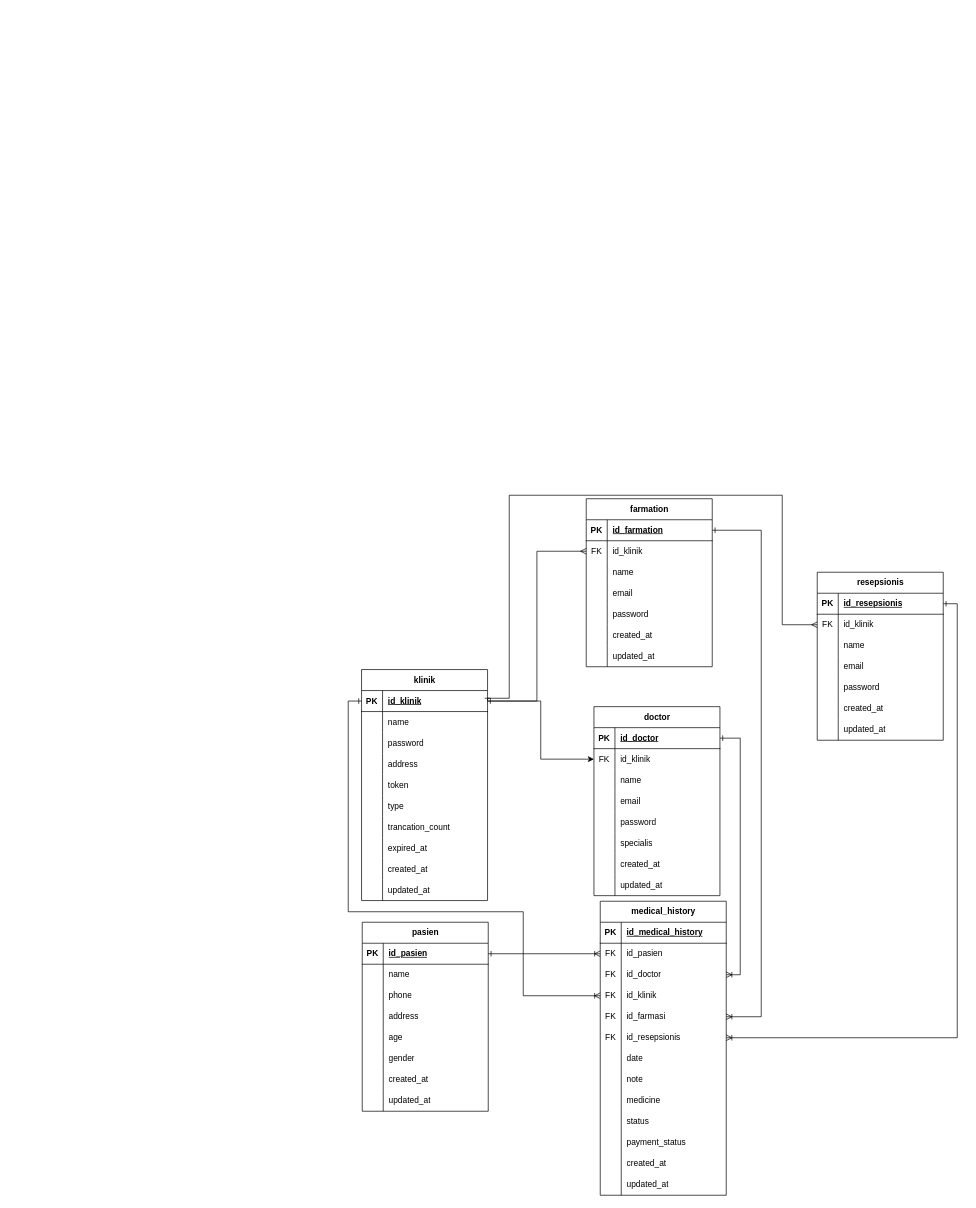
Above: erd_klinik.drawio in rrahmatn/dfd_erd_uml (draw.io), before the change. Source tidied: cells renumbered, new cells numbered last; positions are measured from the earlier drawing's top-left corner, leaving out a move shared by most shapes. Both pictures are drawn from the tidied source at 70%, with x=0, y=0 at pixel (348, 495).
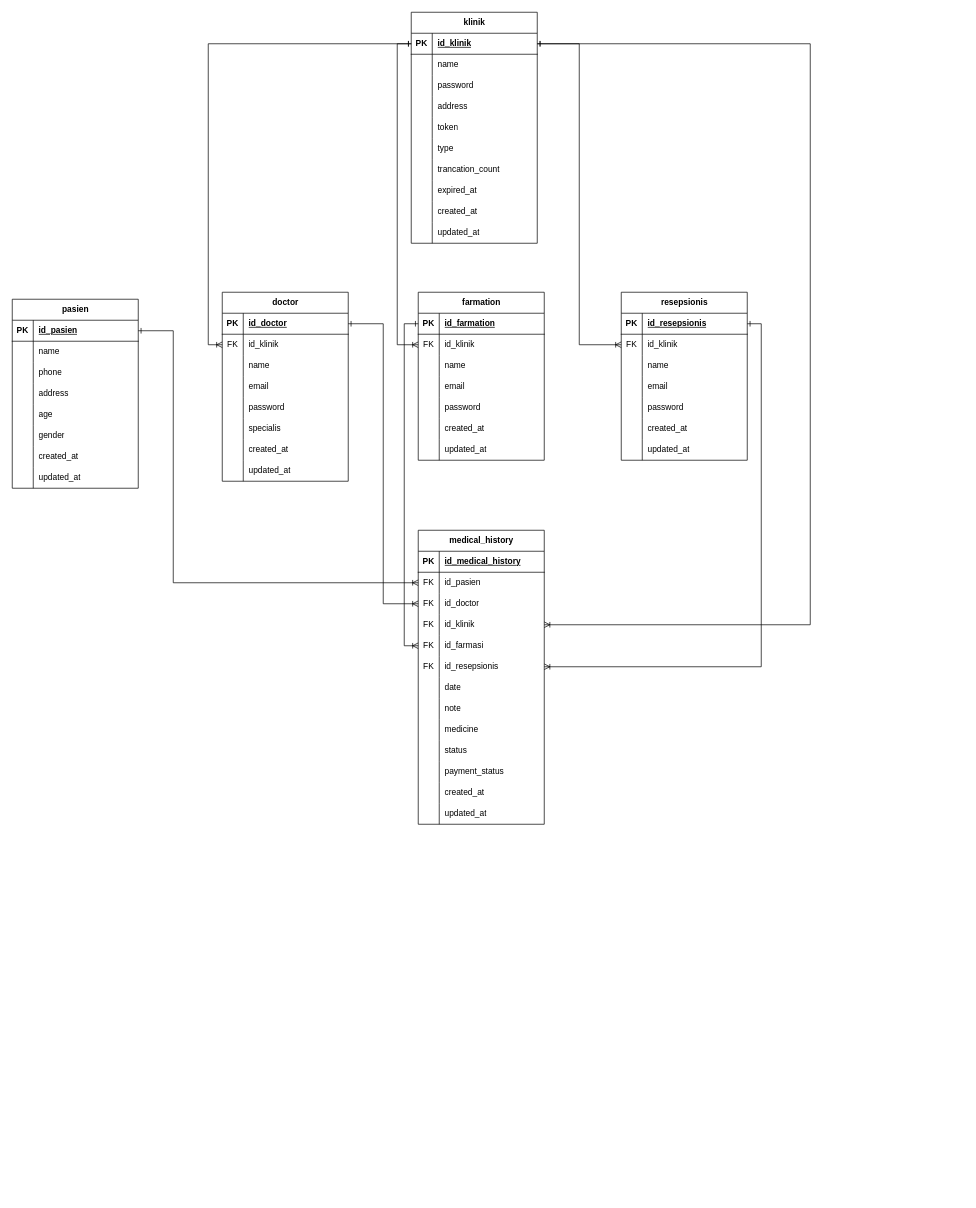
Above is the later version.

The change refers to these unchanged cells:
```xml
<mxCell id="3" style="shape=tableRow;horizontal=0;startSize=0;swimlaneHead=0;swimlaneBody=0;fillColor=none;points=[[0,0.5],[1,0.5]];portConstraint=eastwest;top=0;left=0;right=0;bottom=1;" parent="2" vertex="1">
  <mxGeometry y="30" width="180" height="30" as="geometry" />
</mxCell>
<mxCell id="34" style="shape=tableRow;horizontal=0;startSize=0;swimlaneHead=0;swimlaneBody=0;fillColor=none;points=[[0,0.5],[1,0.5]];portConstraint=eastwest;top=0;left=0;right=0;bottom=1;" parent="33" vertex="1">
  <mxGeometry y="30" width="180" height="30" as="geometry" />
</mxCell>
<mxCell id="37" style="shape=tableRow;horizontal=0;startSize=0;swimlaneHead=0;swimlaneBody=0;fillColor=none;points=[[0,0.5],[1,0.5]];portConstraint=eastwest;top=0;left=0;right=0;bottom=0;" parent="33" vertex="1">
  <mxGeometry y="60" width="180" height="30" as="geometry" />
</mxCell>
<mxCell id="59" style="shape=tableRow;horizontal=0;startSize=0;swimlaneHead=0;swimlaneBody=0;fillColor=none;points=[[0,0.5],[1,0.5]];portConstraint=eastwest;top=0;left=0;right=0;bottom=1;" parent="58" vertex="1">
  <mxGeometry y="30" width="180" height="30" as="geometry" />
</mxCell>
<mxCell id="87" style="shape=tableRow;horizontal=0;startSize=0;swimlaneHead=0;swimlaneBody=0;fillColor=none;points=[[0,0.5],[1,0.5]];portConstraint=eastwest;top=0;left=0;right=0;bottom=0;" parent="83" vertex="1">
  <mxGeometry y="60" width="180" height="30" as="geometry" />
</mxCell>
<mxCell id="90" style="shape=tableRow;horizontal=0;startSize=0;swimlaneHead=0;swimlaneBody=0;fillColor=none;points=[[0,0.5],[1,0.5]];portConstraint=eastwest;top=0;left=0;right=0;bottom=0;" parent="83" vertex="1">
  <mxGeometry y="90" width="180" height="30" as="geometry" />
</mxCell>
<mxCell id="93" style="shape=tableRow;horizontal=0;startSize=0;swimlaneHead=0;swimlaneBody=0;fillColor=none;points=[[0,0.5],[1,0.5]];portConstraint=eastwest;top=0;left=0;right=0;bottom=0;" parent="83" vertex="1">
  <mxGeometry y="120" width="180" height="30" as="geometry" />
</mxCell>
<mxCell id="96" style="shape=tableRow;horizontal=0;startSize=0;swimlaneHead=0;swimlaneBody=0;fillColor=none;points=[[0,0.5],[1,0.5]];portConstraint=eastwest;top=0;left=0;right=0;bottom=0;" parent="83" vertex="1">
  <mxGeometry y="150" width="180" height="30" as="geometry" />
</mxCell>
<mxCell id="99" style="shape=tableRow;horizontal=0;startSize=0;swimlaneHead=0;swimlaneBody=0;fillColor=none;points=[[0,0.5],[1,0.5]];portConstraint=eastwest;top=0;left=0;right=0;bottom=0;" parent="83" vertex="1">
  <mxGeometry y="180" width="180" height="30" as="geometry" />
</mxCell>
<mxCell id="127" style="shape=tableRow;horizontal=0;startSize=0;swimlaneHead=0;swimlaneBody=0;fillColor=none;points=[[0,0.5],[1,0.5]];portConstraint=eastwest;top=0;left=0;right=0;bottom=1;" parent="126" vertex="1">
  <mxGeometry y="30" width="180" height="30" as="geometry" />
</mxCell>
<mxCell id="130" style="shape=tableRow;horizontal=0;startSize=0;swimlaneHead=0;swimlaneBody=0;fillColor=none;points=[[0,0.5],[1,0.5]];portConstraint=eastwest;top=0;left=0;right=0;bottom=0;" parent="126" vertex="1">
  <mxGeometry y="60" width="180" height="30" as="geometry" />
</mxCell>
<mxCell id="150" style="shape=tableRow;horizontal=0;startSize=0;swimlaneHead=0;swimlaneBody=0;fillColor=none;points=[[0,0.5],[1,0.5]];portConstraint=eastwest;top=0;left=0;right=0;bottom=1;" parent="149" vertex="1">
  <mxGeometry y="30" width="180" height="30" as="geometry" />
</mxCell>
<mxCell id="153" style="shape=tableRow;horizontal=0;startSize=0;swimlaneHead=0;swimlaneBody=0;fillColor=none;points=[[0,0.5],[1,0.5]];portConstraint=eastwest;top=0;left=0;right=0;bottom=0;" parent="149" vertex="1">
  <mxGeometry y="60" width="180" height="30" as="geometry" />
</mxCell>
```

The edit, as a diff of the source:
```diff
@@
     <mxCell id="2" value="klinik" style="shape=table;startSize=30;childLayout=tableLayout;rowLines=0;fontStyle=1;align=center;html=1;" parent="1" vertex="1">
-      <mxGeometry x="19" y="249" width="180" height="330" as="geometry" />
+      <mxGeometry x="90" y="-690" width="180" height="330" as="geometry" />
     </mxCell>
@@
     <mxCell id="33" value="doctor" style="shape=table;startSize=30;childLayout=tableLayout;rowLines=0;fontStyle=1;align=center;html=1;" parent="1" vertex="1">
-      <mxGeometry x="351" y="302" width="180" height="270" as="geometry" />
+      <mxGeometry x="-180" y="-290" width="180" height="270" as="geometry" />
     </mxCell>
@@
     <mxCell id="58" value="pasien" style="shape=table;startSize=30;childLayout=tableLayout;rowLines=0;fontStyle=1;align=center;html=1;" parent="1" vertex="1">
-      <mxGeometry x="20" y="610" width="180" height="270" as="geometry" />
+      <mxGeometry x="-480" y="-280" width="180" height="270" as="geometry" />
     </mxCell>
@@
     <mxCell id="83" value="medical_history" style="shape=table;startSize=30;childLayout=tableLayout;rowLines=0;fontStyle=1;align=center;html=1;" parent="1" vertex="1">
-      <mxGeometry x="360" y="580" width="180" height="420" as="geometry" />
+      <mxGeometry x="100" y="50" width="180" height="420" as="geometry" />
     </mxCell>
@@
-    <mxCell id="123" style="edgeStyle=orthogonalEdgeStyle;rounded=0;jettySize=auto;html=1;entryX=1;entryY=0.5;entryDx=0;entryDy=0;startArrow=ERone;startFill=0;endArrow=ERoneToMany;endFill=0;" parent="1" edge="1" source="34" target="90">
-      <mxGeometry relative="1" as="geometry" />
-    </mxCell>
-    <mxCell id="124" style="edgeStyle=orthogonalEdgeStyle;rounded=0;jettySize=auto;html=1;exitX=0;exitY=0.5;exitDx=0;exitDy=0;startArrow=ERone;startFill=0;endArrow=ERoneToMany;endFill=0;entryX=0;entryY=0.5;entryDx=0;entryDy=0;" parent="1" edge="1" source="3" target="93">
-      <mxGeometry relative="1" as="geometry">
-        <Array as="points">
-          <mxPoint y="294" />
-          <mxPoint y="595" />
-          <mxPoint x="250" y="595" />
-          <mxPoint x="250" y="715" />
-        </Array>
-      </mxGeometry>
-    </mxCell>
-    <mxCell id="125" style="edgeStyle=orthogonalEdgeStyle;rounded=0;jettySize=auto;html=1;exitX=1;exitY=0.5;exitDx=0;exitDy=0;entryX=0;entryY=0.5;entryDx=0;entryDy=0;startArrow=ERone;startFill=0;endArrow=ERoneToMany;endFill=0;" parent="1" edge="1" source="59" target="87">
-      <mxGeometry relative="1" as="geometry" />
-    </mxCell>
     <mxCell id="126" value="farmation" style="shape=table;startSize=30;childLayout=tableLayout;rowLines=0;fontStyle=1;align=center;html=1;" parent="1" vertex="1">
-      <mxGeometry x="340" y="5" width="180" height="240" as="geometry" />
+      <mxGeometry x="100" y="-290" width="180" height="240" as="geometry" />
     </mxCell>
@@
-    <mxCell id="148" style="edgeStyle=orthogonalEdgeStyle;rounded=0;jettySize=auto;html=1;entryX=1;entryY=0.5;entryDx=0;entryDy=0;endArrow=ERone;endFill=0;startArrow=ERmany;startFill=0;" parent="1" edge="1" source="130" target="3">
-      <mxGeometry relative="1" as="geometry" />
-    </mxCell>
     <mxCell id="149" value="resepsionis" style="shape=table;startSize=30;childLayout=tableLayout;rowLines=0;fontStyle=1;align=center;html=1;" parent="1" vertex="1">
-      <mxGeometry x="670" y="110" width="180" height="240" as="geometry" />
+      <mxGeometry x="390" y="-290" width="180" height="240" as="geometry" />
     </mxCell>
@@
-    <mxCell id="171" style="edgeStyle=orthogonalEdgeStyle;rounded=0;jettySize=auto;html=1;exitX=1;exitY=0.5;exitDx=0;exitDy=0;entryX=0;entryY=0.5;entryDx=0;entryDy=0;endArrow=ERmany;endFill=0;startArrow=ERone;startFill=0;" parent="1" edge="1" source="3" target="153">
-      <mxGeometry relative="1" as="geometry">
-        <Array as="points">
-          <mxPoint x="199" y="290" />
-          <mxPoint x="230" y="290" />
-          <mxPoint x="230" />
-          <mxPoint x="620" />
-          <mxPoint x="620" y="185" />
-        </Array>
-      </mxGeometry>
+    <mxCell id="171" style="edgeStyle=orthogonalEdgeStyle;rounded=0;jettySize=auto;html=1;entryX=0;entryY=0.5;entryDx=0;entryDy=0;startArrow=ERone;startFill=0;endArrow=ERoneToMany;endFill=0;" parent="1" edge="1" source="3" target="153">
+      <mxGeometry relative="1" as="geometry" />
     </mxCell>
+    <mxCell id="174" style="edgeStyle=orthogonalEdgeStyle;rounded=0;jettySize=auto;html=1;exitX=0;exitY=0.5;exitDx=0;exitDy=0;entryX=0;entryY=0.5;entryDx=0;entryDy=0;endArrow=ERoneToMany;endFill=0;startArrow=ERone;startFill=0;" parent="1" edge="1" source="3" target="37">
+      <mxGeometry relative="1" as="geometry" />
+    </mxCell>
+    <mxCell id="173" style="edgeStyle=orthogonalEdgeStyle;rounded=0;jettySize=auto;html=1;exitX=1;exitY=0.5;exitDx=0;exitDy=0;entryX=1;entryY=0.5;entryDx=0;entryDy=0;endArrow=ERoneToMany;endFill=0;startArrow=ERone;startFill=0;" parent="1" edge="1" source="150" target="99">
+      <mxGeometry relative="1" as="geometry" />
+    </mxCell>
-    <mxCell id="172" style="edgeStyle=orthogonalEdgeStyle;rounded=0;jettySize=auto;html=1;exitX=1;exitY=0.5;exitDx=0;exitDy=0;entryX=1;entryY=0.5;entryDx=0;entryDy=0;endArrow=ERoneToMany;endFill=0;startArrow=ERone;startFill=0;" parent="1" edge="1" source="127" target="96">
-      <mxGeometry relative="1" as="geometry">
-        <Array as="points">
-          <mxPoint x="590" y="50" />
-          <mxPoint x="590" y="745" />
-        </Array>
-      </mxGeometry>
+    <mxCell id="172" style="edgeStyle=orthogonalEdgeStyle;rounded=0;jettySize=auto;html=1;exitX=0;exitY=0.5;exitDx=0;exitDy=0;entryX=0;entryY=0.5;entryDx=0;entryDy=0;endArrow=ERoneToMany;endFill=0;startArrow=ERone;startFill=0;" parent="1" edge="1" source="127" target="96">
+      <mxGeometry relative="1" as="geometry" />
     </mxCell>
-    <mxCell id="173" style="edgeStyle=orthogonalEdgeStyle;rounded=0;jettySize=auto;html=1;exitX=1;exitY=0.5;exitDx=0;exitDy=0;entryX=1;entryY=0.5;entryDx=0;entryDy=0;endArrow=ERoneToMany;endFill=0;startArrow=ERone;startFill=0;" parent="1" edge="1" source="150" target="99">
-      <mxGeometry relative="1" as="geometry" />
-    </mxCell>
-    <mxCell id="174" style="edgeStyle=orthogonalEdgeStyle;rounded=0;jettySize=auto;html=1;exitX=1;exitY=0.5;exitDx=0;exitDy=0;entryX=0;entryY=0.5;entryDx=0;entryDy=0;" parent="1" edge="1" source="3" target="37">
-      <mxGeometry relative="1" as="geometry" />
-    </mxCell>
+    <mxCell id="123" style="edgeStyle=orthogonalEdgeStyle;rounded=0;jettySize=auto;html=1;exitX=1;exitY=0.5;exitDx=0;exitDy=0;entryX=0;entryY=0.5;entryDx=0;entryDy=0;endArrow=ERoneToMany;endFill=0;startArrow=ERone;startFill=0;" parent="1" edge="1" source="34" target="90">
+      <mxGeometry relative="1" as="geometry" />
+    </mxCell>
+    <mxCell id="125" style="edgeStyle=orthogonalEdgeStyle;rounded=0;jettySize=auto;html=1;exitX=1;exitY=0.5;exitDx=0;exitDy=0;entryX=0;entryY=0.5;entryDx=0;entryDy=0;endArrow=ERoneToMany;endFill=0;startArrow=ERone;startFill=0;" parent="1" edge="1" source="59" target="87">
+      <mxGeometry relative="1" as="geometry">
+        <Array as="points">
+          <mxPoint x="-250" y="-235" />
+          <mxPoint x="-250" y="125" />
+        </Array>
+      </mxGeometry>
+    </mxCell>
+    <mxCell id="175" style="edgeStyle=orthogonalEdgeStyle;rounded=0;jettySize=auto;html=1;exitX=0;exitY=0.5;exitDx=0;exitDy=0;entryX=0;entryY=0.5;entryDx=0;entryDy=0;endArrow=ERoneToMany;endFill=0;startArrow=ERone;startFill=0;" parent="1" edge="1" source="3" target="130">
+      <mxGeometry relative="1" as="geometry" />
+    </mxCell>
+    <mxCell id="124" style="edgeStyle=orthogonalEdgeStyle;rounded=0;jettySize=auto;html=1;entryX=1;entryY=0.5;entryDx=0;entryDy=0;endArrow=ERoneToMany;endFill=0;startArrow=ERone;startFill=0;" parent="1" edge="1" source="3" target="93">
+      <mxGeometry relative="1" as="geometry">
+        <Array as="points">
+          <mxPoint x="660" y="-645" />
+          <mxPoint x="660" y="185" />
+        </Array>
+      </mxGeometry>
+    </mxCell>
```
